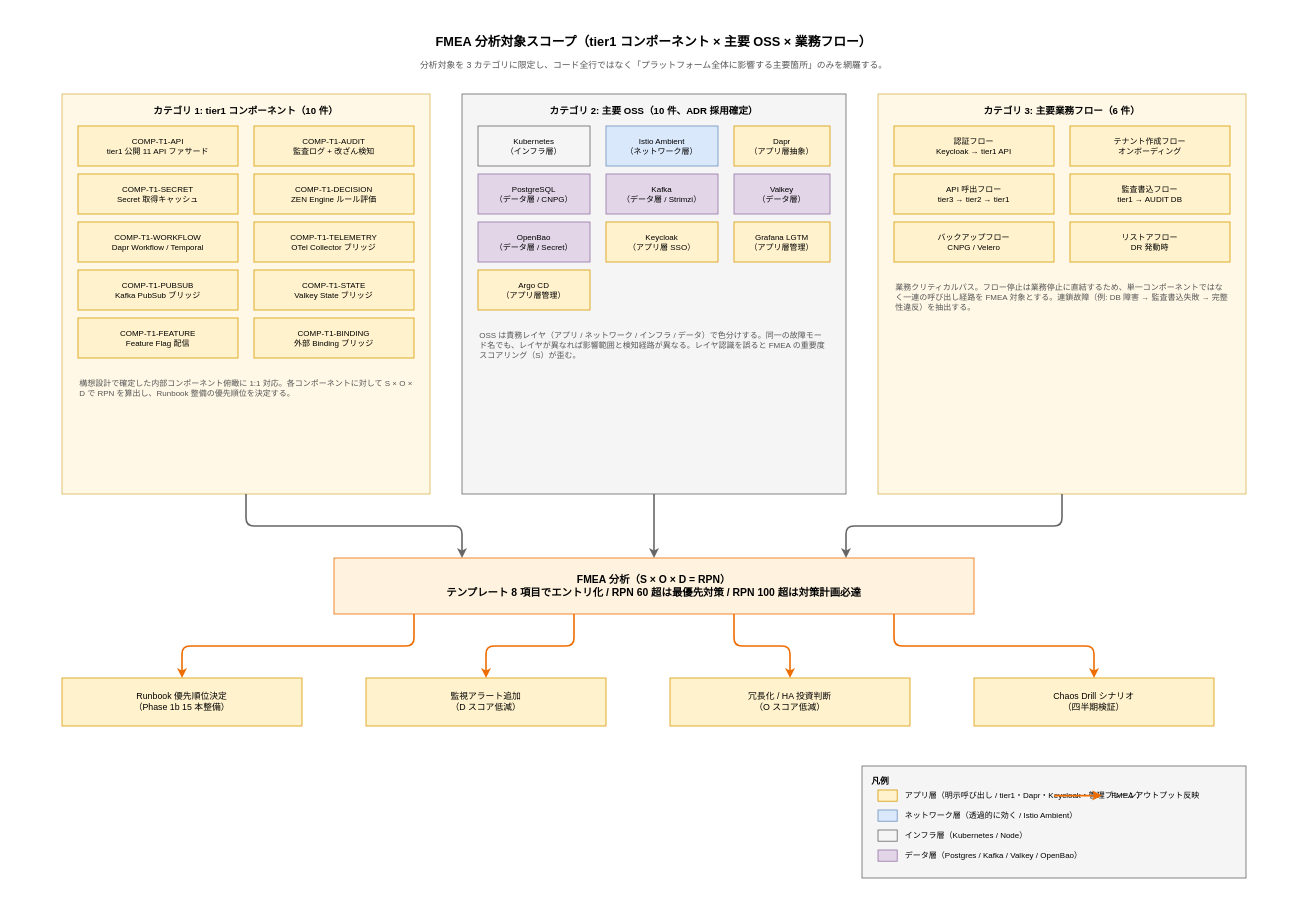
This is docs/04_概要設計/55_運用ライフサイクル方式設計/img/06_FMEA分析方式/fmea_scope.drawio from RyuheiKiso/k1s0, a draw.io file, before an edit. Source tidied: cells renumbered, new cells numbered last; positions are measured from the earlier drawing's top-left corner, leaving out a move shared by most shapes. Both pictures are drawn from the tidied source at 80%, with x=0, y=0 at pixel (14, 14).
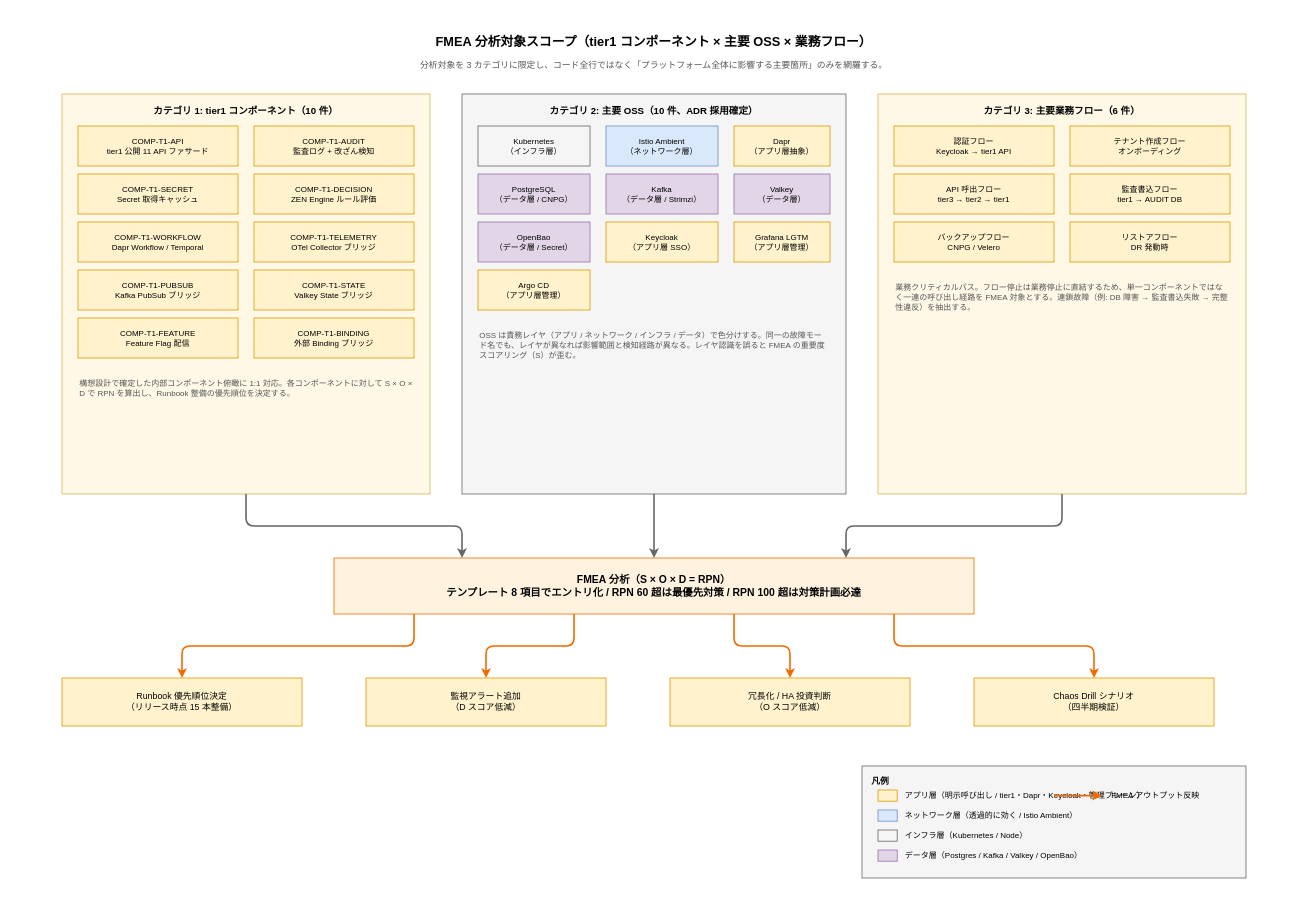
After the change.

The edit, as a diff of the source:
```diff
@@
-    <mxCell id="38" value="Runbook 優先順位決定&#10;（Phase 1b 15 本整備）" style="rounded=0;whiteSpace=wrap;html=1;fillColor=#fff2cc;strokeColor=#d79b00;fontSize=11;align=center;" parent="1" vertex="1">
+    <mxCell id="38" value="Runbook 優先順位決定&#10;（リリース時点 15 本整備）" style="rounded=0;whiteSpace=wrap;html=1;fillColor=#fff2cc;strokeColor=#d79b00;fontSize=11;align=center;" parent="1" vertex="1">
       <mxGeometry x="60" y="830" width="300" height="60" as="geometry" />
     </mxCell>
```
